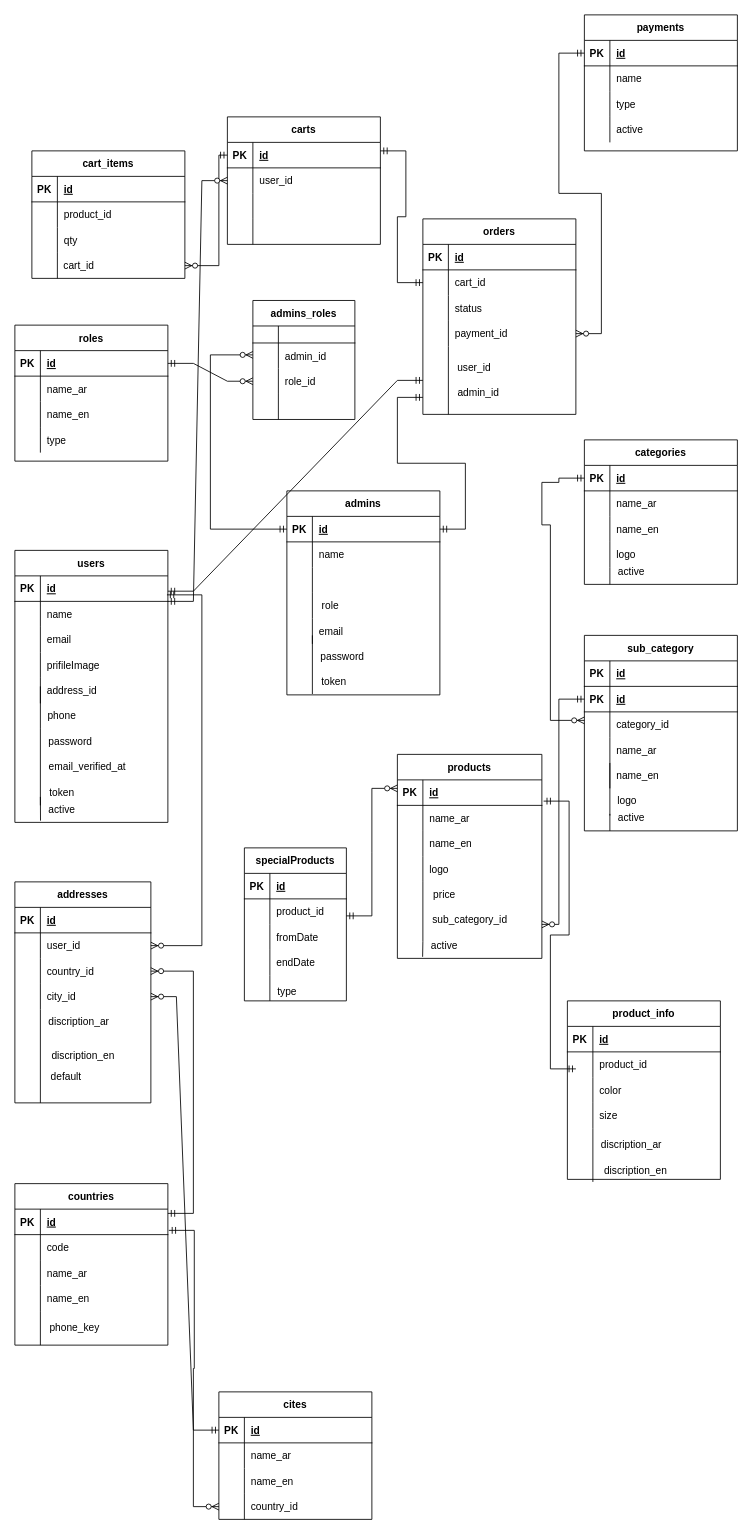
This is blackpearl.drawio from MohammedRasol/blackPearl, a draw.io file, before an edit. Source tidied: cells renumbered, new cells numbered last; positions are measured from the earlier drawing's top-left corner, leaving out a move shared by most shapes. Both pictures are drawn from the tidied source at 85%, with x=0, y=0 at pixel (14, 14).
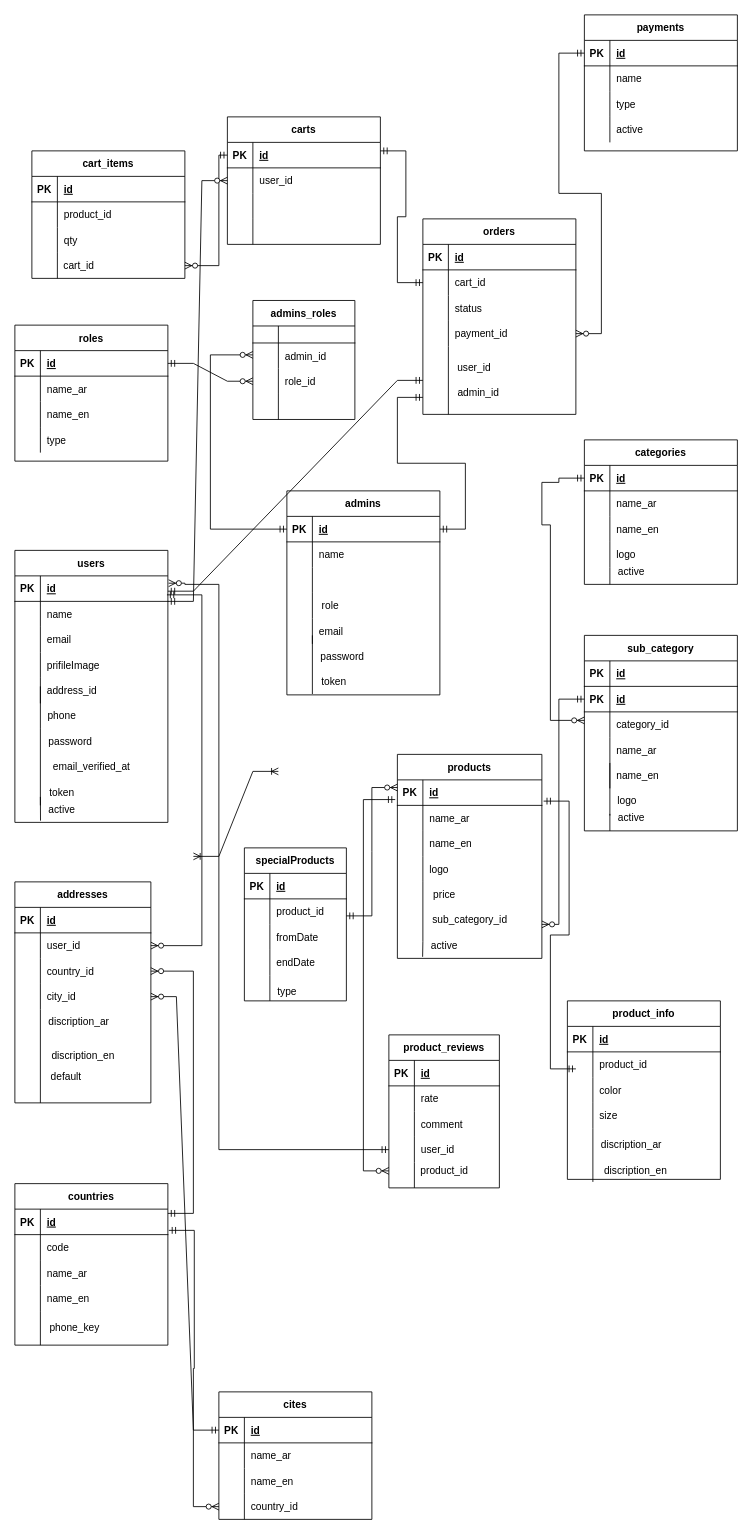
The same page after the edit.

Unchanged cells that the change refers to:
```xml
<mxCell id="3" style="shape=tableRow;horizontal=0;startSize=0;swimlaneHead=0;swimlaneBody=0;fillColor=none;points=[[0,0.5],[1,0.5]];portConstraint=eastwest;top=0;left=0;right=0;bottom=1;" parent="2" vertex="1">
  <mxGeometry y="30" width="180" height="30" as="geometry" />
</mxCell>
<mxCell id="58" style="shape=tableRow;horizontal=0;startSize=0;swimlaneHead=0;swimlaneBody=0;fillColor=none;points=[[0,0.5],[1,0.5]];portConstraint=eastwest;top=0;left=0;right=0;bottom=1;" parent="57" vertex="1">
  <mxGeometry y="30" width="170" height="30" as="geometry" />
</mxCell>
```

What changed in the source:
```diff
@@
-    <mxCell id="47" value="&lt;div style=&quot;line-height: 19px;&quot;&gt;&lt;span style=&quot;background-color: rgb(255, 255, 255);&quot;&gt;email_verified_at&lt;/span&gt;&lt;br&gt;&lt;/div&gt;" style="text;html=1;align=center;verticalAlign=middle;strokeColor=none;fillColor=none;" parent="1" vertex="1">
-      <mxGeometry x="30" y="870" width="110" height="30" as="geometry" />
+    <mxCell id="47" value="&lt;div style=&quot;line-height: 19px;&quot;&gt;&lt;br&gt;&lt;/div&gt;" style="text;html=1;align=center;verticalAlign=middle;strokeColor=none;fillColor=none;" parent="1" vertex="1">
+      <mxGeometry x="75" y="870" width="20" height="30" as="geometry" />
     </mxCell>
@@
-    <mxCell id="269" style="edgeStyle=entityRelationEdgeStyle;fontSize=12;html=1;endArrow=ERzeroToMany;startArrow=ERmandOne;rounded=0;entryX=0;entryY=0.333;entryDx=0;entryDy=0;entryPerimeter=0;" parent="1" edge="1" target="58">
+    <mxCell id="269" style="edgeStyle=entityRelationEdgeStyle;fontSize=12;html=1;endArrow=ERzeroToMany;startArrow=ERmandOne;rounded=0;entryX=0;entryY=0.3;entryDx=0;entryDy=0;entryPerimeter=0;" parent="1" edge="1" target="58">
       <mxGeometry relative="1" as="geometry">
         <mxPoint x="390" y="1060" as="sourcePoint" />
       </mxGeometry>
     </mxCell>
@@
+    <mxCell id="272" value="product_reviews" style="shape=table;startSize=30;childLayout=tableLayout;rowLines=0;fontStyle=1;align=center;" parent="1" vertex="1">
+      <mxGeometry x="440" y="1200" width="130" height="180" as="geometry" />
+    </mxCell>
+    <mxCell id="273" style="shape=tableRow;horizontal=0;startSize=0;swimlaneHead=0;swimlaneBody=0;fillColor=none;top=0;left=0;right=0;bottom=1;" parent="272" vertex="1">
+      <mxGeometry y="30" width="130" height="30" as="geometry" />
+    </mxCell>
+    <mxCell id="274" value="PK" style="shape=partialRectangle;fillColor=none;top=0;left=0;bottom=0;right=0;fontStyle=1;overflow=hidden;" parent="273" vertex="1">
+      <mxGeometry width="30" height="30" as="geometry" />
+    </mxCell>
+    <mxCell id="275" value="id" style="shape=partialRectangle;fillColor=none;top=0;left=0;bottom=0;right=0;align=left;spacingLeft=6;fontStyle=5;overflow=hidden;" parent="273" vertex="1">
+      <mxGeometry x="30" width="100" height="30" as="geometry" />
+    </mxCell>
+    <mxCell id="276" style="shape=tableRow;horizontal=0;startSize=0;swimlaneHead=0;swimlaneBody=0;fillColor=none;top=0;left=0;right=0;bottom=0;" parent="272" vertex="1">
+      <mxGeometry y="60" width="130" height="30" as="geometry" />
+    </mxCell>
+    <mxCell id="277" style="shape=partialRectangle;fillColor=none;top=0;left=0;bottom=0;right=0;overflow=hidden;" parent="276" vertex="1">
+      <mxGeometry width="30" height="30" as="geometry" />
+    </mxCell>
+    <mxCell id="278" value="rate" style="shape=partialRectangle;fillColor=none;top=0;left=0;bottom=0;right=0;align=left;spacingLeft=6;overflow=hidden;" parent="276" vertex="1">
+      <mxGeometry x="30" width="100" height="30" as="geometry" />
+    </mxCell>
+    <mxCell id="279" style="shape=tableRow;horizontal=0;startSize=0;swimlaneHead=0;swimlaneBody=0;fillColor=none;top=0;left=0;right=0;bottom=0;" parent="272" vertex="1">
+      <mxGeometry y="90" width="130" height="30" as="geometry" />
+    </mxCell>
+    <mxCell id="280" style="shape=partialRectangle;fillColor=none;top=0;left=0;bottom=0;right=0;overflow=hidden;" parent="279" vertex="1">
+      <mxGeometry width="30" height="30" as="geometry" />
+    </mxCell>
+    <mxCell id="281" value="comment" style="shape=partialRectangle;fillColor=none;top=0;left=0;bottom=0;right=0;align=left;spacingLeft=6;overflow=hidden;" parent="279" vertex="1">
+      <mxGeometry x="30" width="100" height="30" as="geometry" />
+    </mxCell>
+    <mxCell id="282" style="shape=tableRow;horizontal=0;startSize=0;swimlaneHead=0;swimlaneBody=0;fillColor=none;points=[[0,0.5],[1,0.5]];portConstraint=eastwest;top=0;left=0;right=0;bottom=0;" parent="272" vertex="1">
+      <mxGeometry y="120" width="130" height="30" as="geometry" />
+    </mxCell>
+    <mxCell id="283" style="shape=partialRectangle;fillColor=none;top=0;left=0;bottom=0;right=0;overflow=hidden;" parent="282" vertex="1">
+      <mxGeometry width="30" height="30" as="geometry" />
+    </mxCell>
+    <mxCell id="284" value="user_id" style="shape=partialRectangle;fillColor=none;top=0;left=0;bottom=0;right=0;align=left;spacingLeft=6;overflow=hidden;" parent="282" vertex="1">
+      <mxGeometry x="30" width="100" height="30" as="geometry" />
+    </mxCell>
+    <mxCell id="285" style="fontSize=12;html=1;endArrow=ERzeroToMany;startArrow=ERmandOne;rounded=0;edgeStyle=orthogonalEdgeStyle;exitX=-0.015;exitY=0.772;exitDx=0;exitDy=0;exitPerimeter=0;" parent="1" edge="1" source="58">
+      <mxGeometry relative="1" as="geometry">
+        <mxPoint x="440" y="1360" as="targetPoint" />
+        <Array as="points">
+          <mxPoint x="410" y="923" />
+          <mxPoint x="410" y="1360" />
+        </Array>
+      </mxGeometry>
+    </mxCell>
+    <mxCell id="286" value="product_id&lt;br&gt;" style="text;html=1;align=center;verticalAlign=middle;strokeColor=none;fillColor=none;" parent="1" vertex="1">
+      <mxGeometry x="465" y="1345" width="80" height="30" as="geometry" />
+    </mxCell>
+    <mxCell id="287" style="endArrow=none;html=1;rounded=0;" parent="1" edge="1">
+      <mxGeometry relative="1" as="geometry">
+        <mxPoint x="470" y="1380" as="sourcePoint" />
+        <mxPoint x="470" y="1350" as="targetPoint" />
+      </mxGeometry>
+    </mxCell>
+    <mxCell id="288" value="email_verified_at" style="text;html=1;align=center;verticalAlign=middle;strokeColor=none;fillColor=none;" parent="1" vertex="1">
+      <mxGeometry x="35" y="870" width="110" height="30" as="geometry" />
+    </mxCell>
+    <mxCell id="289" style="edgeStyle=orthogonalEdgeStyle;fontSize=12;html=1;endArrow=ERzeroToMany;startArrow=ERmandOne;rounded=0;entryX=1.005;entryY=0.287;entryDx=0;entryDy=0;exitX=0;exitY=0.5;exitDx=0;exitDy=0;entryPerimeter=0;" parent="1" edge="1" source="282" target="3">
+      <mxGeometry relative="1" as="geometry">
+        <Array as="points">
+          <mxPoint x="240" y="1335" />
+          <mxPoint x="240" y="670" />
+          <mxPoint x="200" y="670" />
+          <mxPoint x="200" y="669" />
+        </Array>
+      </mxGeometry>
+    </mxCell>
+    <mxCell id="290" style="edgeStyle=entityRelationEdgeStyle;fontSize=12;html=1;endArrow=ERoneToMany;startArrow=ERoneToMany;rounded=0;" parent="1" edge="1">
+      <mxGeometry relative="1" as="geometry">
+        <mxPoint x="210" y="990" as="sourcePoint" />
+        <mxPoint x="310" y="890" as="targetPoint" />
+      </mxGeometry>
+    </mxCell>
```
